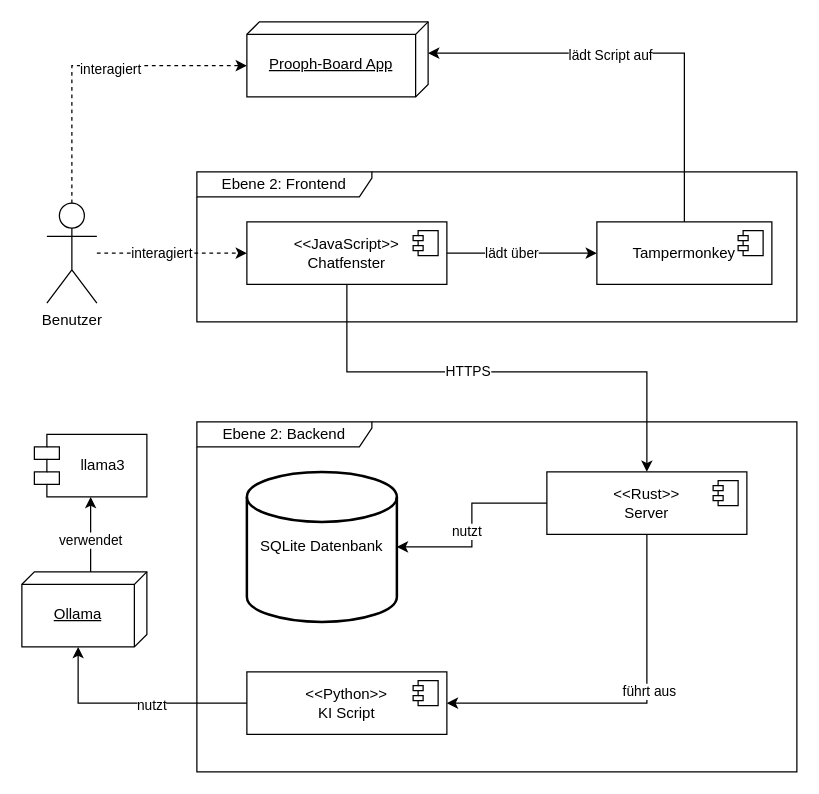
ZesNy02/Jupiter keeps this draw.io diagram as diagramms/Bausteinsicht2.drawio. Above is the earlier version. Source tidied: cells renumbered, new cells numbered last; positions are measured from the earlier drawing's top-left corner, leaving out a move shared by most shapes. Both pictures are drawn from the tidied source at 125%, with x=0, y=0 at pixel (21, 21).
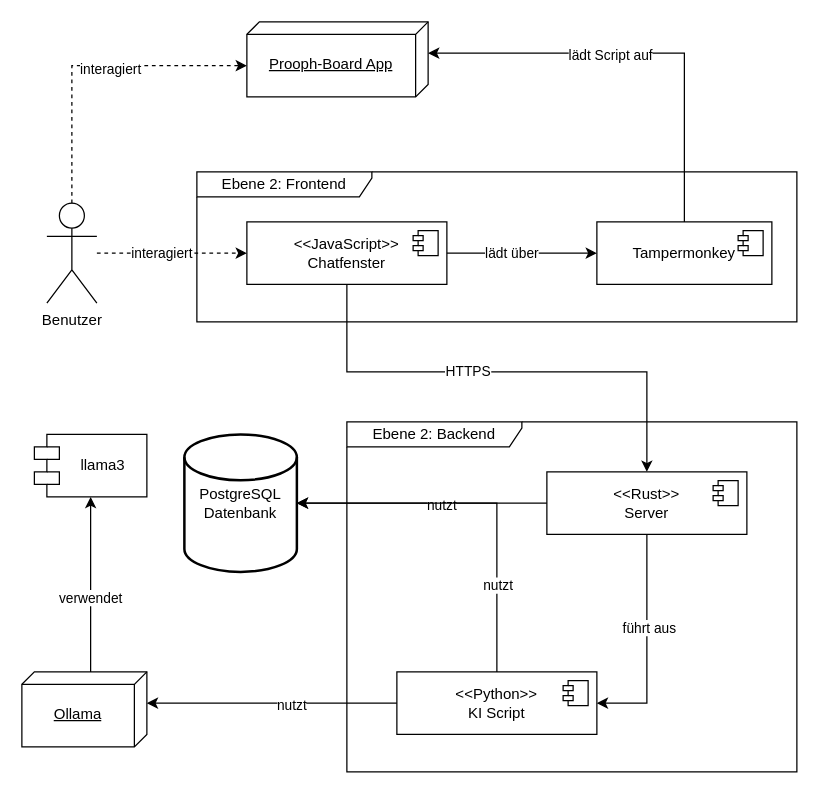
After the change.

Unchanged cells that the change refers to:
```xml
<mxCell id="4" value="&lt;div&gt;&amp;lt;&amp;lt;Rust&amp;gt;&amp;gt;&lt;/div&gt;Server" style="html=1;whiteSpace=wrap;" parent="1" vertex="1">
  <mxGeometry x="420" y="360" width="160" height="50" as="geometry" />
</mxCell>
```

Diff of the diagram source:
```diff
@@
     <mxCell id="3" value="Ebene 2: Backend" style="shape=umlFrame;whiteSpace=wrap;html=1;width=140;height=20;" parent="1" vertex="1">
-      <mxGeometry x="140" y="320" width="480" height="280" as="geometry" />
+      <mxGeometry x="260" y="320" width="360" height="280" as="geometry" />
     </mxCell>
@@
     <mxCell id="6" value="&lt;div&gt;&amp;lt;&amp;lt;Python&amp;gt;&amp;gt;&lt;/div&gt;KI Script" style="html=1;whiteSpace=wrap;" parent="1" vertex="1">
-      <mxGeometry x="180" y="520" width="160" height="50" as="geometry" />
+      <mxGeometry x="300" y="520" width="160" height="50" as="geometry" />
     </mxCell>
@@
-    <mxCell id="8" value="SQLite Datenbank" style="strokeWidth=2;html=1;shape=mxgraph.flowchart.database;whiteSpace=wrap;verticalAlign=middle;" parent="1" vertex="1">
-      <mxGeometry x="180" y="360" width="120" height="120" as="geometry" />
+    <mxCell id="8" value="PostgreSQL Datenbank" style="strokeWidth=2;html=1;shape=mxgraph.flowchart.database;whiteSpace=wrap;verticalAlign=middle;" parent="1" vertex="1">
+      <mxGeometry x="130" y="330" width="90" height="110" as="geometry" />
     </mxCell>
@@
-    <mxCell id="27" style="endArrow=classic;html=1;rounded=0;entryX=1;entryY=0.5;entryDx=0;entryDy=0;exitX=0;exitY=0.5;exitDx=0;exitDy=0;entryPerimeter=0;" parent="1" edge="1" source="4" target="8">
-      <mxGeometry relative="1" as="geometry">
-        <Array as="points">
-          <mxPoint x="360" y="385" />
-          <mxPoint x="360" y="420" />
-        </Array>
-      </mxGeometry>
-    </mxCell>
-    <mxCell id="28" value="nutzt" style="edgeLabel;html=1;align=center;verticalAlign=middle;" parent="27" vertex="1">
-      <mxGeometry x="0.06" y="-5" relative="1" as="geometry" />
-    </mxCell>
-    <mxCell id="29" style="endArrow=classic;html=1;rounded=0;entryX=0;entryY=0;entryDx=60;entryDy=55;exitX=0;exitY=0.5;exitDx=0;exitDy=0;entryPerimeter=0;" parent="1" edge="1" source="6" target="31">
-      <mxGeometry relative="1" as="geometry">
-        <Array as="points">
-          <mxPoint x="45" y="545" />
-        </Array>
-      </mxGeometry>
+    <mxCell id="29" style="endArrow=classic;html=1;rounded=0;entryX=0;entryY=0;entryDx=25;entryDy=0;exitX=0;exitY=0.5;exitDx=0;exitDy=0;entryPerimeter=0;" parent="1" edge="1" source="6" target="31">
+      <mxGeometry relative="1" as="geometry" />
     </mxCell>
@@
     <mxCell id="31" value="&lt;p&gt;Ollama&lt;/p&gt;" style="verticalAlign=top;align=center;spacingTop=8;spacingLeft=2;spacingRight=12;shape=cube;size=10;direction=south;fontStyle=4;html=1;whiteSpace=wrap;" parent="1" vertex="1">
-      <mxGeometry y="440" width="100" height="60" as="geometry" />
+      <mxGeometry y="520" width="100" height="60" as="geometry" />
     </mxCell>
@@
+    <mxCell id="27" style="endArrow=classic;html=1;rounded=0;entryX=1;entryY=0.5;entryDx=0;entryDy=0;exitX=0;exitY=0.5;exitDx=0;exitDy=0;entryPerimeter=0;" parent="1" edge="1" source="4" target="8">
+      <mxGeometry relative="1" as="geometry" />
+    </mxCell>
+    <mxCell id="35" value="nutzt" style="edgeLabel;html=1;align=center;verticalAlign=middle;" parent="27" vertex="1">
+      <mxGeometry x="-0.15" y="1" relative="1" as="geometry" />
+    </mxCell>
+    <mxCell id="36" style="endArrow=classic;html=1;rounded=0;entryX=1;entryY=0.5;entryDx=0;entryDy=0;exitX=0.5;exitY=0;exitDx=0;exitDy=0;entryPerimeter=0;" parent="1" edge="1" source="6" target="8">
+      <mxGeometry relative="1" as="geometry">
+        <Array as="points">
+          <mxPoint x="380" y="385" />
+        </Array>
+      </mxGeometry>
+    </mxCell>
+    <mxCell id="37" value="nutzt" style="edgeLabel;html=1;align=center;verticalAlign=middle;" parent="36" vertex="1">
+      <mxGeometry x="-0.15" y="1" relative="1" as="geometry">
+        <mxPoint x="1" y="55" as="offset" />
+      </mxGeometry>
+    </mxCell>
```
